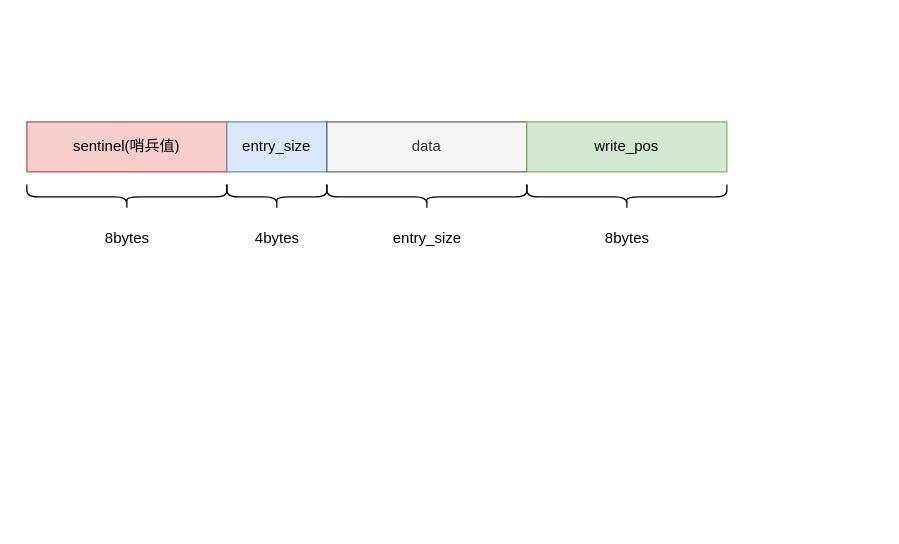
The draw.io diagram MDS.drawio in liutimo/images_bed, before the edit. Source tidied: cells renumbered, new cells numbered last; positions are measured from the earlier drawing's top-left corner, leaving out a move shared by most shapes. Both pictures are drawn from the tidied source at 125%, with x=0, y=0 at pixel (26, 96).
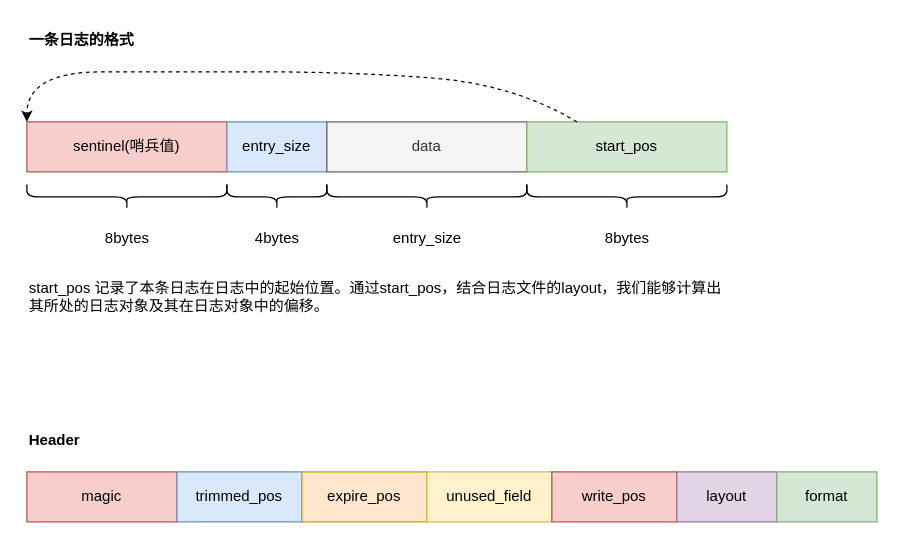
Above is the later version.

Unchanged cells that the change refers to:
```xml
<mxCell id="2" value="sentinel(哨兵值)" style="rounded=0;whiteSpace=wrap;html=1;fillColor=#f8cecc;strokeColor=#b85450;" parent="1" vertex="1">
  <mxGeometry y="20" width="160" height="40" as="geometry" />
</mxCell>
```

Diff of the diagram source:
```diff
@@
-    <mxCell id="9" value="write_pos" style="rounded=0;whiteSpace=wrap;html=1;fillColor=#d5e8d4;strokeColor=#82b366;" parent="1" vertex="1">
+    <mxCell id="9" value="start_pos" style="rounded=0;whiteSpace=wrap;html=1;fillColor=#d5e8d4;strokeColor=#82b366;" parent="1" vertex="1">
       <mxGeometry x="400" y="20" width="160" height="40" as="geometry" />
     </mxCell>
@@
+    <mxCell id="14" value="&lt;b&gt;一条日志的格式&lt;/b&gt;" style="text;html=1;align=left;verticalAlign=middle;strokeColor=none;fillColor=none;" parent="1" vertex="1">
+      <mxGeometry y="-60" width="110" height="30" as="geometry" />
+    </mxCell>
+    <mxCell id="15" style="curved=1;endArrow=classic;html=1;rounded=0;exitX=0.25;exitY=0;exitDx=0;exitDy=0;entryX=0;entryY=0;entryDx=0;entryDy=0;dashed=1;" parent="1" edge="1" source="9" target="2">
+      <mxGeometry relative="1" as="geometry">
+        <Array as="points">
+          <mxPoint x="390" y="-10" />
+          <mxPoint x="260" y="-20" />
+          <mxPoint x="120" y="-20" />
+          <mxPoint y="-20" />
+        </Array>
+      </mxGeometry>
+    </mxCell>
+    <mxCell id="16" value="start_pos 记录了本条日志在日志中的起始位置。通过start_pos，结合日志文件的layout，我们能够计算出&lt;div&gt;其所处的日志对象及其在日志对象中的偏移。&lt;/div&gt;" style="text;html=1;align=left;verticalAlign=middle;strokeColor=none;fillColor=none;" parent="1" vertex="1">
+      <mxGeometry y="140" width="580" height="40" as="geometry" />
+    </mxCell>
+    <mxCell id="17" value="magic" style="rounded=0;whiteSpace=wrap;html=1;fillColor=#f8cecc;strokeColor=#b85450;" parent="1" vertex="1">
+      <mxGeometry y="300" width="120" height="40" as="geometry" />
+    </mxCell>
+    <mxCell id="18" value="&lt;b&gt;Header&lt;/b&gt;" style="text;html=1;align=left;verticalAlign=middle;strokeColor=none;fillColor=none;" parent="1" vertex="1">
+      <mxGeometry y="260" width="60" height="30" as="geometry" />
+    </mxCell>
+    <mxCell id="19" value="trimmed_pos" style="rounded=0;whiteSpace=wrap;html=1;fillColor=#dae8fc;strokeColor=#6c8ebf;" parent="1" vertex="1">
+      <mxGeometry x="120" y="300" width="100" height="40" as="geometry" />
+    </mxCell>
+    <mxCell id="20" value="expire_pos" style="rounded=0;whiteSpace=wrap;html=1;fillColor=#ffe6cc;strokeColor=#d79b00;" parent="1" vertex="1">
+      <mxGeometry x="220" y="300" width="100" height="40" as="geometry" />
+    </mxCell>
+    <mxCell id="21" value="unused_field" style="rounded=0;whiteSpace=wrap;html=1;fillColor=#fff2cc;strokeColor=#d6b656;" parent="1" vertex="1">
+      <mxGeometry x="320" y="300" width="100" height="40" as="geometry" />
+    </mxCell>
+    <mxCell id="22" value="write_pos" style="rounded=0;whiteSpace=wrap;html=1;fillColor=#f8cecc;strokeColor=#b85450;" parent="1" vertex="1">
+      <mxGeometry x="420" y="300" width="100" height="40" as="geometry" />
+    </mxCell>
+    <mxCell id="23" value="layout" style="rounded=0;whiteSpace=wrap;html=1;fillColor=#e1d5e7;strokeColor=#9673a6;" parent="1" vertex="1">
+      <mxGeometry x="520" y="300" width="80" height="40" as="geometry" />
+    </mxCell>
+    <mxCell id="24" value="format" style="rounded=0;whiteSpace=wrap;html=1;fillColor=#d5e8d4;strokeColor=#82b366;" parent="1" vertex="1">
+      <mxGeometry x="600" y="300" width="80" height="40" as="geometry" />
+    </mxCell>
```
